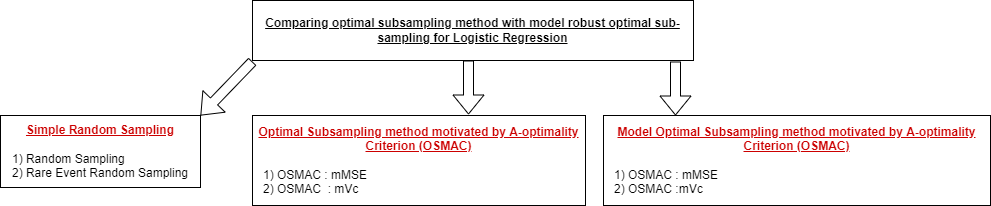
Amalan-ConStat/RS_OS_MROS_LR_RWS_SkinData keeps this draw.io diagram as Images/All Methods Figure.png. Above is the earlier version. Source tidied: cells renumbered, new cells last; positions are measured from the earlier drawing's top-left corner, leaving out a move shared by most shapes.
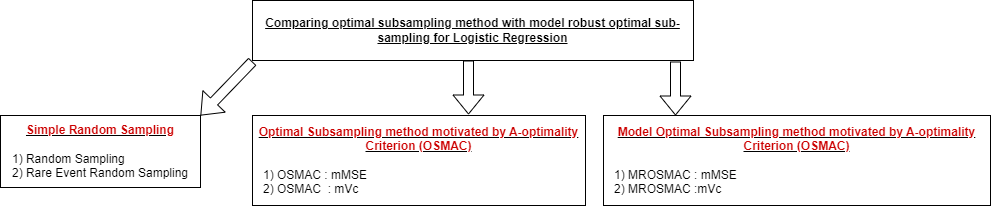
After the commit.

The edit, as a diff of the source:
```diff
@@ -11,7 +11,7 @@
     <mxCell id="4" value="Comparing optimal subsampling method with model robust optimal sub-sampling for Logistic Regression" style="rounded=0;whiteSpace=wrap;html=1;fontStyle=5;" parent="1" vertex="1">
       <mxGeometry x="252" width="441" height="60" as="geometry" />
     </mxCell>
-    <mxCell id="5" value="&lt;b&gt;&lt;u&gt;&lt;font color=&quot;#cc0000&quot;&gt;Model Optimal Subsampling method motivated by A-optimality Criterion (OSMAC)&lt;/font&gt;&lt;br&gt;&lt;/u&gt;&lt;/b&gt;&lt;br&gt;&lt;div style=&quot;text-align: justify&quot;&gt;&lt;span&gt;&amp;nbsp; &amp;nbsp;1) OSMAC : mMSE&lt;/span&gt;&lt;/div&gt;&lt;div style=&quot;text-align: justify&quot;&gt;&lt;span&gt;&amp;nbsp; &amp;nbsp;2) OSMAC :mVc&lt;/span&gt;&lt;/div&gt;" style="rounded=0;whiteSpace=wrap;html=1;" parent="1" vertex="1">
+    <mxCell id="5" value="&lt;b&gt;&lt;u&gt;&lt;font color=&quot;#cc0000&quot;&gt;Model Optimal Subsampling method motivated by A-optimality Criterion (OSMAC)&lt;/font&gt;&lt;br&gt;&lt;/u&gt;&lt;/b&gt;&lt;br&gt;&lt;div style=&quot;text-align: justify&quot;&gt;&lt;span&gt;&amp;nbsp; &amp;nbsp;1) MROSMAC : mMSE&lt;/span&gt;&lt;/div&gt;&lt;div style=&quot;text-align: justify&quot;&gt;&lt;span&gt;&amp;nbsp; &amp;nbsp;2) MROSMAC :mVc&lt;/span&gt;&lt;/div&gt;" style="rounded=0;whiteSpace=wrap;html=1;" parent="1" vertex="1">
       <mxGeometry x="603" y="115" width="387" height="90" as="geometry" />
     </mxCell>
     <mxCell id="6" style="shape=flexArrow;endArrow=classic;html=1;rounded=0;fontFamily=Verdana;fontSize=13;fontColor=#0000FF;" parent="1" edge="1">
```
